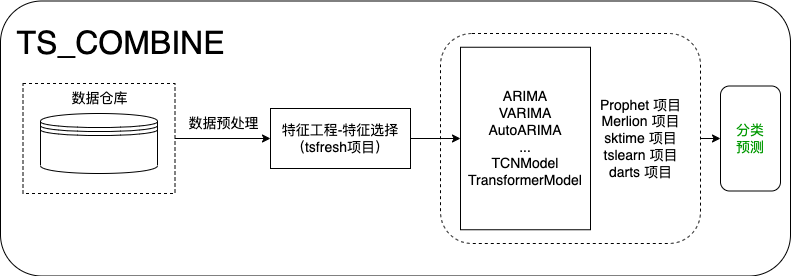
Above: static/images/ts-combine.png in Chaoqun-Guo/ts_combine (draw.io), before the change. Source tidied: cells renumbered, new cells last; positions are measured from the earlier drawing's top-left corner, leaving out a move shared by most shapes.
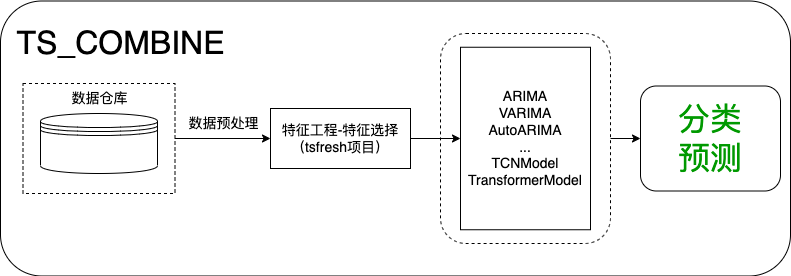
Later version of the same file.

The edit, as a diff of the source:
```diff
@@ -9,7 +9,7 @@
       <mxGeometry relative="1" as="geometry" />
     </mxCell>
     <mxCell id="4" style="rounded=1;whiteSpace=wrap;html=1;dashed=1;" parent="1" vertex="1">
-      <mxGeometry x="440" y="32" width="260" height="210" as="geometry" />
+      <mxGeometry x="440" y="32" width="170" height="210" as="geometry" />
     </mxCell>
     <mxCell id="5" style="edgeStyle=none;html=1;" parent="1" edge="1" source="6" target="10">
       <mxGeometry relative="1" as="geometry" />
@@ -32,11 +32,8 @@
     <mxCell id="11" value="ARIMA&lt;br style=&quot;font-size: 14px&quot;&gt;VARIMA&lt;br style=&quot;font-size: 14px&quot;&gt;AutoARIMA&lt;br style=&quot;font-size: 14px&quot;&gt;...&lt;br style=&quot;font-size: 14px&quot;&gt;TCNModel&lt;br style=&quot;font-size: 14px&quot;&gt;TransformerModel" style="whiteSpace=wrap;html=1;rounded=0;fontSize=14;" parent="1" vertex="1">
       <mxGeometry x="460" y="45.8" width="130" height="182.5" as="geometry" />
     </mxCell>
-    <mxCell id="12" value="Prophet 项目&lt;br style=&quot;font-size: 14px&quot;&gt;Merlion 项目&lt;br&gt;sktime 项目&lt;br style=&quot;font-size: 14px&quot;&gt;tslearn 项目&lt;br&gt;darts 项目" style="text;html=1;align=center;verticalAlign=middle;strokeColor=none;fillColor=none;fontSize=14;" parent="1" vertex="1">
-      <mxGeometry x="590" y="92" width="100" height="90" as="geometry" />
-    </mxCell>
-    <mxCell id="13" value="分类&lt;br style=&quot;font-size: 14px;&quot;&gt;预测" style="whiteSpace=wrap;html=1;rounded=1;fontSize=14;fontColor=#009900;" parent="1" vertex="1">
-      <mxGeometry x="720" y="84.5" width="60" height="105" as="geometry" />
+    <mxCell id="13" value="分类&lt;br style=&quot;font-size: 32px;&quot;&gt;预测" style="whiteSpace=wrap;html=1;rounded=1;fontSize=32;fontColor=#009900;" parent="1" vertex="1">
+      <mxGeometry x="640" y="84.5" width="140" height="105" as="geometry" />
     </mxCell>
     <mxCell id="14" value="TS_COMBINE" style="text;html=1;align=center;verticalAlign=middle;strokeColor=none;fillColor=none;fontSize=32;" parent="1" vertex="1">
       <mxGeometry x="10" y="22" width="220" height="40" as="geometry" />
```
